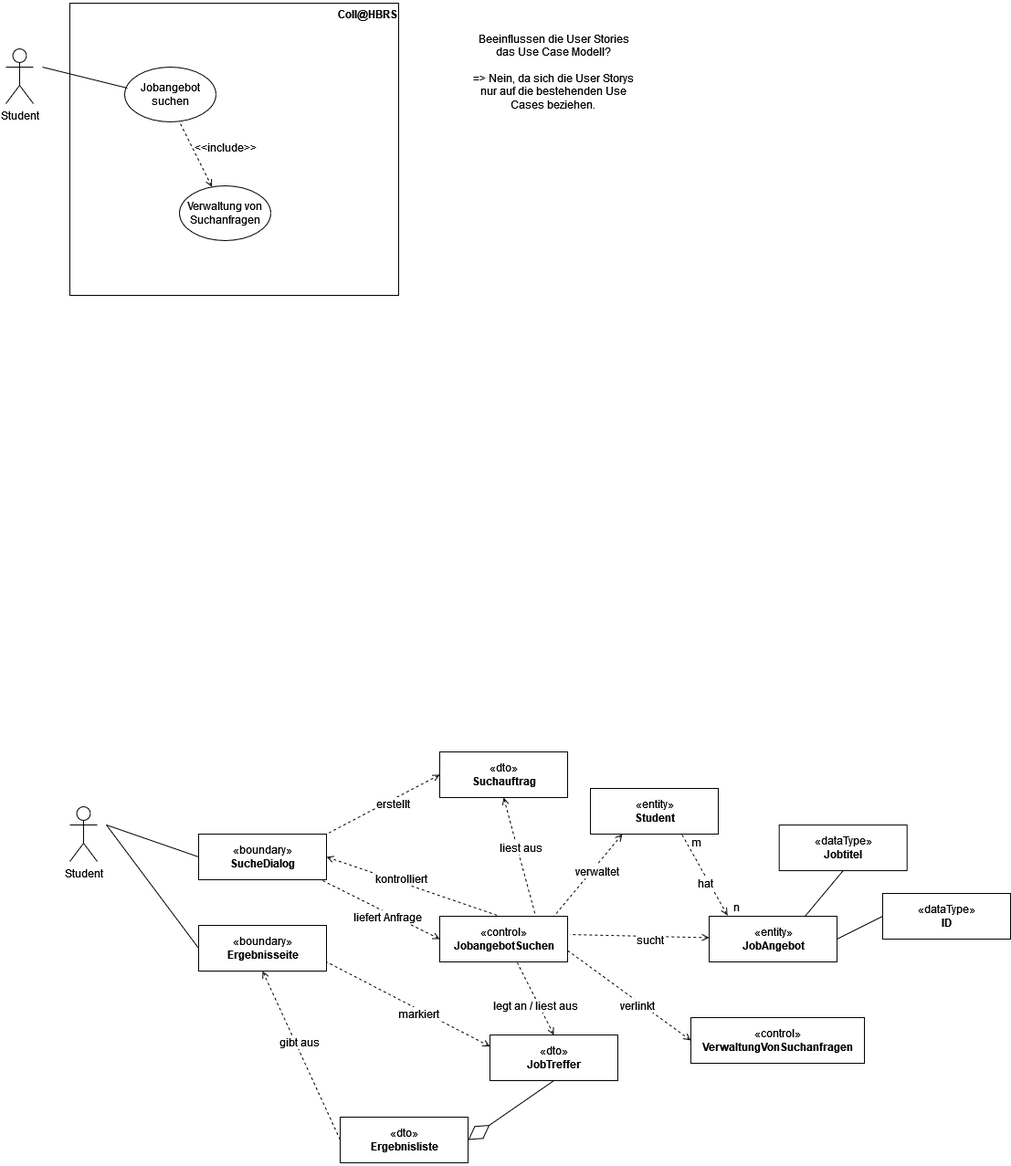
This is src/org/hbrs/se1/ws22/uebung7/Uebung7-1.drawio.png from fitnesstino/WS22-SE1, a draw.io export, as it was before one commit. Source tidied: cells renumbered, new cells last; positions are measured from the earlier drawing's top-left corner, leaving out a move shared by most shapes.
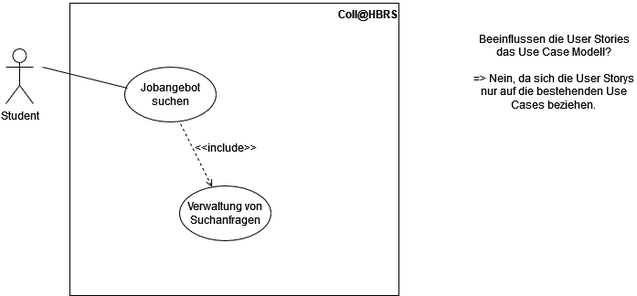
Later version of the same file.

Diff of the diagram source:
```diff
@@ -33,148 +33,5 @@
     <mxCell id="10" value="&lt;div&gt;&lt;font style=&quot;font-size: 12px;&quot;&gt;&lt;span dir=&quot;ltr&quot; role=&quot;presentation&quot; style=&quot;left: 119.584px; top: 776.922px; font-family: sans-serif; transform: scaleX(1.01933);&quot;&gt;Beeinflussen die User Stories das Use Case Modell&lt;/span&gt;&lt;span dir=&quot;ltr&quot; role=&quot;presentation&quot; style=&quot;left: 558.499px; top: 776.922px; font-family: sans-serif;&quot;&gt;?&lt;/span&gt;&lt;/font&gt;&lt;/div&gt;&lt;div&gt;&lt;font style=&quot;font-size: 12px;&quot;&gt;&lt;span dir=&quot;ltr&quot; role=&quot;presentation&quot; style=&quot;left: 558.499px; top: 776.922px; font-family: sans-serif;&quot;&gt;&lt;br&gt;&lt;/span&gt;&lt;/font&gt;&lt;/div&gt;&lt;div&gt;&lt;font style=&quot;font-size: 12px;&quot;&gt;&lt;span dir=&quot;ltr&quot; role=&quot;presentation&quot; style=&quot;left: 558.499px; top: 776.922px; font-family: sans-serif;&quot;&gt;=&amp;gt; Nein, da sich die User Storys nur auf die bestehenden Use Cases beziehen.&lt;br&gt;&lt;/span&gt;&lt;/font&gt;&lt;/div&gt;" style="text;html=1;strokeColor=none;fillColor=none;align=center;verticalAlign=middle;whiteSpace=wrap;rounded=0;" parent="1" vertex="1">
       <mxGeometry x="510" y="23" width="180" height="110" as="geometry" />
     </mxCell>
-    <mxCell id="11" value="«control»&lt;br&gt;&lt;b&gt;JobangebotSuchen&lt;/b&gt;" style="html=1;fontSize=12;fillColor=none;" parent="1" vertex="1">
-      <mxGeometry x="475" y="1003" width="140" height="50" as="geometry" />
-    </mxCell>
-    <mxCell id="12" value="&lt;div&gt;«boundary»&lt;/div&gt;&lt;div&gt;&lt;b&gt;SucheDialog&lt;/b&gt;&lt;br&gt;&lt;/div&gt;" style="html=1;fontSize=12;fillColor=none;" parent="1" vertex="1">
-      <mxGeometry x="211" y="913" width="140" height="50" as="geometry" />
-    </mxCell>
-    <mxCell id="13" value="&lt;div&gt;Student&lt;/div&gt;&lt;div&gt;&lt;br&gt;&lt;/div&gt;" style="shape=umlActor;verticalLabelPosition=bottom;verticalAlign=top;html=1;fontSize=12;fillColor=none;" parent="1" vertex="1">
-      <mxGeometry x="70" y="883" width="30" height="60" as="geometry" />
-    </mxCell>
-    <mxCell id="14" style="endArrow=none;html=1;rounded=0;fontSize=12;entryX=0;entryY=0.5;entryDx=0;entryDy=0;" parent="1" edge="1" target="12">
-      <mxGeometry relative="1" as="geometry">
-        <mxPoint x="110" y="903" as="sourcePoint" />
-      </mxGeometry>
-    </mxCell>
-    <mxCell id="15" style="endArrow=none;html=1;rounded=0;fontSize=12;entryX=0;entryY=0.5;entryDx=0;entryDy=0;exitX=1;exitY=0.5;exitDx=0;exitDy=0;startArrow=open;startFill=0;dashed=1;" parent="1" edge="1" source="12">
-      <mxGeometry relative="1" as="geometry">
-        <mxPoint x="541" y="1003" as="targetPoint" />
-      </mxGeometry>
-    </mxCell>
-    <mxCell id="16" value="kontrolliert" style="edgeLabel;html=1;align=center;verticalAlign=middle;fontSize=12;" parent="15" vertex="1">
-      <mxGeometry x="-0.15" y="4" relative="1" as="geometry" />
-    </mxCell>
-    <mxCell id="17" style="endArrow=none;html=1;rounded=0;fontSize=12;entryX=0;entryY=0.5;entryDx=0;entryDy=0;exitX=0;exitY=0.5;exitDx=0;exitDy=0;startArrow=open;startFill=0;dashed=1;" parent="1" edge="1" source="11">
-      <mxGeometry relative="1" as="geometry">
-        <mxPoint x="345" y="963" as="targetPoint" />
-      </mxGeometry>
-    </mxCell>
-    <mxCell id="18" value="liefert Anfrage" style="edgeLabel;html=1;align=center;verticalAlign=middle;fontSize=12;" parent="17" vertex="1">
-      <mxGeometry x="-0.15" y="4" relative="1" as="geometry" />
-    </mxCell>
-    <mxCell id="19" value="&lt;div&gt;«dto»&lt;/div&gt;&lt;div&gt;&lt;b&gt;Suchauftrag&lt;/b&gt;&lt;br&gt;&lt;/div&gt;" style="html=1;fontSize=12;fillColor=none;" parent="1" vertex="1">
-      <mxGeometry x="475" y="823" width="140" height="50" as="geometry" />
-    </mxCell>
-    <mxCell id="20" style="endArrow=none;html=1;rounded=0;fontSize=12;entryX=1;entryY=0;entryDx=0;entryDy=0;exitX=0;exitY=0.5;exitDx=0;exitDy=0;startArrow=open;startFill=0;dashed=1;" parent="1" edge="1" target="12">
-      <mxGeometry relative="1" as="geometry">
-        <mxPoint x="475" y="848" as="sourcePoint" />
-      </mxGeometry>
-    </mxCell>
-    <mxCell id="21" value="erstellt" style="edgeLabel;html=1;align=center;verticalAlign=middle;fontSize=12;" parent="20" vertex="1">
-      <mxGeometry x="-0.15" y="4" relative="1" as="geometry" />
-    </mxCell>
-    <mxCell id="22" style="endArrow=none;html=1;rounded=0;fontSize=12;entryX=0;entryY=0.5;entryDx=0;entryDy=0;exitX=0.5;exitY=1;exitDx=0;exitDy=0;startArrow=open;startFill=0;dashed=1;" parent="1" edge="1" source="19">
-      <mxGeometry relative="1" as="geometry">
-        <mxPoint x="580" y="1003" as="targetPoint" />
-      </mxGeometry>
-    </mxCell>
-    <mxCell id="23" value="&lt;div&gt;liest aus&lt;/div&gt;" style="edgeLabel;html=1;align=center;verticalAlign=middle;fontSize=12;" parent="22" vertex="1">
-      <mxGeometry x="-0.15" y="4" relative="1" as="geometry" />
-    </mxCell>
-    <mxCell id="24" value="&lt;div&gt;«entity»&lt;/div&gt;&lt;div&gt;&lt;b&gt;JobAngebot&lt;/b&gt;&lt;br&gt;&lt;/div&gt;" style="html=1;fontSize=12;fillColor=none;" parent="1" vertex="1">
-      <mxGeometry x="770" y="1003" width="140" height="50" as="geometry" />
-    </mxCell>
-    <mxCell id="25" value="&lt;div&gt;«dto»&lt;/div&gt;&lt;div&gt;&lt;b&gt;JobTreffer&lt;/b&gt;&lt;br&gt;&lt;/div&gt;" style="html=1;fontSize=12;fillColor=none;" parent="1" vertex="1">
-      <mxGeometry x="530" y="1133" width="140" height="50" as="geometry" />
-    </mxCell>
-    <mxCell id="26" value="&lt;div&gt;«dto»&lt;/div&gt;&lt;div&gt;&lt;b&gt;Ergebnisliste&lt;/b&gt;&lt;br&gt;&lt;/div&gt;" style="html=1;fontSize=12;fillColor=none;" parent="1" vertex="1">
-      <mxGeometry x="366" y="1223" width="140" height="50" as="geometry" />
-    </mxCell>
-    <mxCell id="27" style="endArrow=diamondThin;html=1;rounded=0;fontSize=12;entryX=1;entryY=0.5;entryDx=0;entryDy=0;exitX=0.5;exitY=1;exitDx=0;exitDy=0;startArrow=none;startFill=0;endSize=26;startSize=26;endFill=0;" parent="1" edge="1" source="25" target="26">
-      <mxGeometry relative="1" as="geometry" />
-    </mxCell>
-    <mxCell id="28" style="endArrow=none;html=1;rounded=0;fontSize=12;startArrow=open;startFill=0;dashed=1;entryX=0;entryY=0.5;entryDx=0;entryDy=0;exitX=0.5;exitY=1;exitDx=0;exitDy=0;" parent="1" edge="1" source="34" target="26">
-      <mxGeometry relative="1" as="geometry" />
-    </mxCell>
-    <mxCell id="29" value="&lt;div&gt;gibt aus&lt;/div&gt;" style="edgeLabel;html=1;align=center;verticalAlign=middle;fontSize=12;" parent="28" vertex="1">
-      <mxGeometry x="-0.15" y="4" relative="1" as="geometry" />
-    </mxCell>
-    <mxCell id="30" style="endArrow=none;html=1;rounded=0;fontSize=12;entryX=0;entryY=0.5;entryDx=0;entryDy=0;startArrow=open;startFill=0;dashed=1;" parent="1" edge="1" source="24">
-      <mxGeometry relative="1" as="geometry">
-        <mxPoint x="617.5" y="1023" as="targetPoint" />
-      </mxGeometry>
-    </mxCell>
-    <mxCell id="31" value="sucht" style="edgeLabel;html=1;align=center;verticalAlign=middle;fontSize=12;" parent="30" vertex="1">
-      <mxGeometry x="-0.15" y="4" relative="1" as="geometry" />
-    </mxCell>
-    <mxCell id="32" style="endArrow=none;html=1;rounded=0;fontSize=12;exitX=0.5;exitY=0;exitDx=0;exitDy=0;startArrow=open;startFill=0;dashed=1;entryX=0.607;entryY=1.02;entryDx=0;entryDy=0;entryPerimeter=0;" parent="1" edge="1" source="25" target="11">
-      <mxGeometry relative="1" as="geometry" />
-    </mxCell>
-    <mxCell id="33" value="legt an / liest aus" style="edgeLabel;html=1;align=center;verticalAlign=middle;fontSize=12;" parent="32" vertex="1">
-      <mxGeometry x="-0.15" y="4" relative="1" as="geometry" />
-    </mxCell>
-    <mxCell id="34" value="&lt;div&gt;«boundary»&lt;/div&gt;&lt;div&gt;&lt;b&gt;Ergebnisseite&lt;/b&gt;&lt;br&gt;&lt;/div&gt;" style="html=1;fontSize=12;fillColor=none;" parent="1" vertex="1">
-      <mxGeometry x="211" y="1013" width="140" height="50" as="geometry" />
-    </mxCell>
-    <mxCell id="35" style="endArrow=none;html=1;rounded=0;fontSize=12;entryX=0;entryY=0.5;entryDx=0;entryDy=0;" parent="1" edge="1" target="34">
-      <mxGeometry relative="1" as="geometry">
-        <mxPoint x="110" y="903" as="sourcePoint" />
-      </mxGeometry>
-    </mxCell>
-    <mxCell id="36" value="&lt;div&gt;«control»&lt;/div&gt;&lt;b&gt;VerwaltungVonSuchanfragen&lt;/b&gt;" style="html=1;fontSize=12;fillColor=none;" parent="1" vertex="1">
-      <mxGeometry x="750" y="1114" width="190" height="50" as="geometry" />
-    </mxCell>
-    <mxCell id="37" style="endArrow=none;html=1;rounded=0;fontSize=12;entryX=1;entryY=0.75;entryDx=0;entryDy=0;exitX=0;exitY=0.5;exitDx=0;exitDy=0;startArrow=open;startFill=0;dashed=1;" parent="1" edge="1" source="36" target="11">
-      <mxGeometry relative="1" as="geometry" />
-    </mxCell>
-    <mxCell id="38" value="&lt;div&gt;verlinkt&lt;/div&gt;" style="edgeLabel;html=1;align=center;verticalAlign=middle;fontSize=12;" parent="37" vertex="1">
-      <mxGeometry x="-0.15" y="4" relative="1" as="geometry" />
-    </mxCell>
-    <mxCell id="39" style="endArrow=none;html=1;rounded=0;fontSize=12;entryX=0;entryY=0.5;entryDx=0;entryDy=0;exitX=0;exitY=0.25;exitDx=0;exitDy=0;startArrow=open;startFill=0;dashed=1;" parent="1" edge="1" source="25">
-      <mxGeometry relative="1" as="geometry">
-        <mxPoint x="351" y="1053" as="targetPoint" />
-      </mxGeometry>
-    </mxCell>
-    <mxCell id="40" value="markiert" style="edgeLabel;html=1;align=center;verticalAlign=middle;fontSize=12;" parent="39" vertex="1">
-      <mxGeometry x="-0.15" y="4" relative="1" as="geometry" />
-    </mxCell>
-    <mxCell id="41" value="&lt;div&gt;«dataType»&lt;/div&gt;&lt;div&gt;&lt;b&gt;Jobtitel&lt;/b&gt;&lt;br&gt;&lt;/div&gt;" style="html=1;fontSize=12;fillColor=none;" parent="1" vertex="1">
-      <mxGeometry x="846.7" y="903.1" width="140" height="50" as="geometry" />
-    </mxCell>
-    <mxCell id="42" value="&lt;div&gt;«dataType»&lt;/div&gt;&lt;div&gt;&lt;b&gt;ID&lt;/b&gt;&lt;br&gt;&lt;/div&gt;" style="html=1;fontSize=12;fillColor=none;" parent="1" vertex="1">
-      <mxGeometry x="960" y="978" width="140" height="50" as="geometry" />
-    </mxCell>
-    <mxCell id="43" style="endArrow=none;html=1;rounded=0;fontSize=12;entryX=0.5;entryY=1;entryDx=0;entryDy=0;exitX=0.75;exitY=0;exitDx=0;exitDy=0;" parent="1" edge="1" source="24" target="41">
-      <mxGeometry relative="1" as="geometry" />
-    </mxCell>
-    <mxCell id="44" style="endArrow=none;html=1;rounded=0;fontSize=12;entryX=1;entryY=0.5;entryDx=0;entryDy=0;exitX=0;exitY=0.5;exitDx=0;exitDy=0;" parent="1" edge="1" source="42" target="24">
-      <mxGeometry relative="1" as="geometry" />
-    </mxCell>
-    <mxCell id="45" value="&lt;div&gt;«entity»&lt;/div&gt;&lt;div&gt;&lt;b&gt;Student&lt;/b&gt;&lt;br&gt;&lt;/div&gt;" style="html=1;fontSize=12;fillColor=none;" parent="1" vertex="1">
-      <mxGeometry x="640" y="863" width="140" height="50" as="geometry" />
-    </mxCell>
-    <mxCell id="46" style="endArrow=none;html=1;rounded=0;fontSize=12;entryX=0;entryY=0.5;entryDx=0;entryDy=0;startArrow=open;startFill=0;dashed=1;exitX=0.25;exitY=1;exitDx=0;exitDy=0;" parent="1" edge="1" source="45">
-      <mxGeometry relative="1" as="geometry">
-        <mxPoint x="600" y="1003" as="targetPoint" />
-      </mxGeometry>
-    </mxCell>
-    <mxCell id="47" value="&lt;div&gt;verwaltet&lt;/div&gt;" style="edgeLabel;html=1;align=center;verticalAlign=middle;fontSize=12;" parent="46" vertex="1">
-      <mxGeometry x="-0.15" y="4" relative="1" as="geometry" />
-    </mxCell>
-    <mxCell id="48" style="endArrow=none;html=1;rounded=0;fontSize=12;exitX=0.143;exitY=-0.02;exitDx=0;exitDy=0;startArrow=open;startFill=0;dashed=1;entryX=0.607;entryY=1.02;entryDx=0;entryDy=0;entryPerimeter=0;exitPerimeter=0;" parent="1" edge="1" source="24">
-      <mxGeometry relative="1" as="geometry">
-        <mxPoint x="740" y="913" as="targetPoint" />
-      </mxGeometry>
-    </mxCell>
-    <mxCell id="49" value="hat" style="edgeLabel;html=1;align=center;verticalAlign=middle;fontSize=12;" parent="48" vertex="1">
-      <mxGeometry x="-0.15" y="4" relative="1" as="geometry" />
-    </mxCell>
-    <mxCell id="50" value="m" style="text;html=1;strokeColor=none;fillColor=none;align=center;verticalAlign=middle;whiteSpace=wrap;rounded=0;fontSize=12;" parent="1" vertex="1">
-      <mxGeometry x="726" y="907.1" width="60" height="30" as="geometry" />
-    </mxCell>
-    <mxCell id="51" value="n" style="text;html=1;strokeColor=none;fillColor=none;align=center;verticalAlign=middle;whiteSpace=wrap;rounded=0;fontSize=12;" parent="1" vertex="1">
-      <mxGeometry x="770" y="978" width="60" height="30" as="geometry" />
-    </mxCell>
   </root>
 </mxGraphModel>
```
